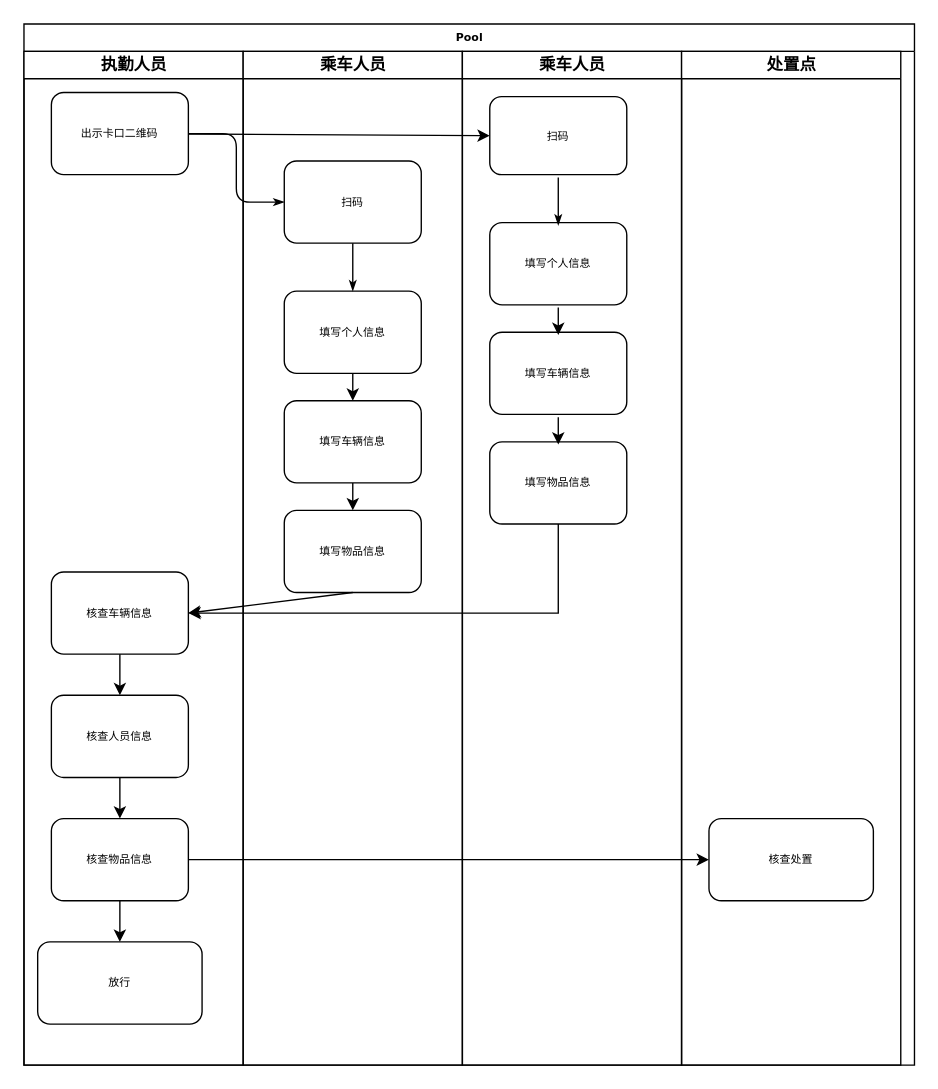
This is access.drawio from homebei2/diagramsNet, a draw.io file, before an edit. Source tidied: cells renumbered, new cells numbered last; positions are measured from the earlier drawing's top-left corner, leaving out a move shared by most shapes. Both pictures are drawn from the tidied source at 137%, with x=0, y=0 at pixel (23, 23).
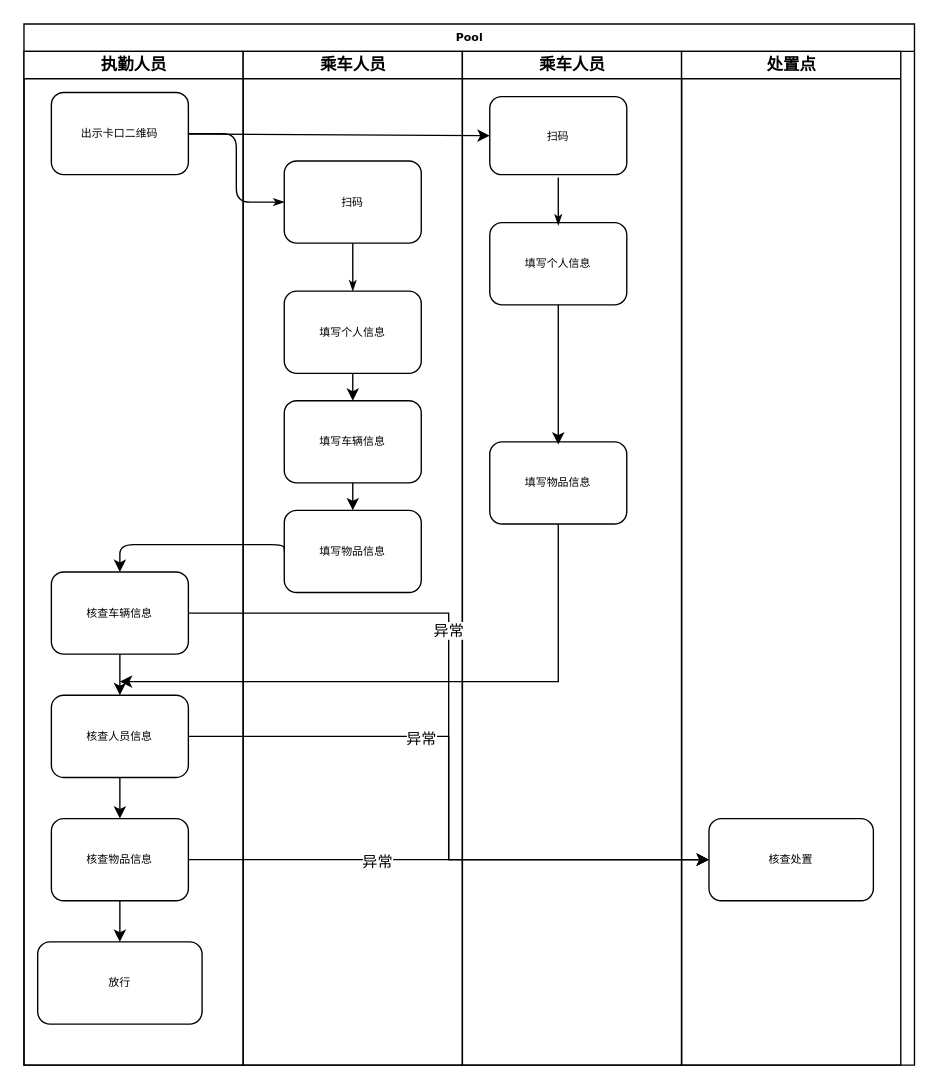
Above is the later version.

Unchanged cells that the change refers to:
```xml
<mxCell id="2" value="Pool" style="swimlane;html=1;startSize=20;rounded=0;shadow=0;labelBackgroundColor=none;strokeWidth=1;fontFamily=Verdana;fontSize=8;align=center;" parent="1" vertex="1">
  <mxGeometry width="650" height="760" as="geometry" />
</mxCell>
<mxCell id="5" value="核查车辆信息" style="rounded=1;whiteSpace=wrap;html=1;shadow=0;labelBackgroundColor=none;strokeWidth=1;fontFamily=Verdana;fontSize=8;align=center;" parent="3" vertex="1">
  <mxGeometry x="20" y="380" width="100" height="60" as="geometry" />
</mxCell>
<mxCell id="12" value="乘车人员" style="swimlane;html=1;startSize=20;" parent="2" vertex="1">
  <mxGeometry x="160" y="20" width="160" height="740" as="geometry" />
</mxCell>
<mxCell id="18" value="填写物品信息" style="rounded=1;whiteSpace=wrap;html=1;shadow=0;labelBackgroundColor=none;strokeWidth=1;fontFamily=Verdana;fontSize=8;align=center;" parent="12" vertex="1">
  <mxGeometry x="30" y="335" width="100" height="60" as="geometry" />
</mxCell>
<mxCell id="20" value="乘车人员" style="swimlane;html=1;startSize=20;" parent="2" vertex="1">
  <mxGeometry x="320" y="20" width="160" height="740" as="geometry" />
</mxCell>
<mxCell id="22" value="填写个人信息" style="rounded=1;whiteSpace=wrap;html=1;shadow=0;labelBackgroundColor=none;strokeWidth=1;fontFamily=Verdana;fontSize=8;align=center;" parent="20" vertex="1">
  <mxGeometry x="20" y="125" width="100" height="60" as="geometry" />
</mxCell>
<mxCell id="26" value="填写物品信息" style="rounded=1;whiteSpace=wrap;html=1;shadow=0;labelBackgroundColor=none;strokeWidth=1;fontFamily=Verdana;fontSize=8;align=center;" parent="20" vertex="1">
  <mxGeometry x="20" y="285" width="100" height="60" as="geometry" />
</mxCell>
<mxCell id="31" style="edgeStyle=elbowEdgeStyle;rounded=0;jettySize=auto;html=1;entryX=0;entryY=0.5;entryDx=0;entryDy=0;" parent="2" edge="1" source="7" target="33">
  <mxGeometry relative="1" as="geometry" />
</mxCell>
<mxCell id="33" value="核查处置" style="whiteSpace=wrap;html=1;rounded=1;shadow=0;fontFamily=Verdana;fontSize=8;strokeWidth=1;" parent="32" vertex="1">
  <mxGeometry x="20" y="560" width="120" height="60" as="geometry" />
</mxCell>
```

The edit, as a diff of the source:
```diff
@@
+    <mxCell id="35" style="edgeStyle=elbowEdgeStyle;rounded=0;jettySize=auto;html=1;" parent="12" edge="1" target="33">
+      <mxGeometry relative="1" as="geometry">
+        <mxPoint x="-40" y="500" as="sourcePoint" />
+      </mxGeometry>
+    </mxCell>
+    <mxCell id="36" value="异常" style="edgeLabel;html=1;align=center;verticalAlign=middle;" parent="35" vertex="1">
+      <mxGeometry x="-0.28" y="-1" relative="1" as="geometry" />
+    </mxCell>
@@
-    <mxCell id="24" value="填写车辆信息" style="rounded=1;whiteSpace=wrap;html=1;shadow=0;labelBackgroundColor=none;strokeWidth=1;fontFamily=Verdana;fontSize=8;align=center;" parent="20" vertex="1">
-      <mxGeometry x="20" y="205" width="100" height="60" as="geometry" />
-    </mxCell>
-    <mxCell id="25" style="endArrow=classic;html=1;exitX=0.5;exitY=1;exitDx=0;exitDy=0;entryX=0.5;entryY=0;entryDx=0;entryDy=0;" parent="20" edge="1">
-      <mxGeometry relative="1" as="geometry">
-        <mxPoint x="70" y="187" as="sourcePoint" />
-        <mxPoint x="70" y="207" as="targetPoint" />
-      </mxGeometry>
-    </mxCell>
@@
-    <mxCell id="27" style="edgeStyle=none;rounded=0;orthogonalLoop=1;jettySize=auto;html=1;" parent="20" edge="1">
+    <mxCell id="27" style="edgeStyle=none;rounded=0;jettySize=auto;html=1;exitX=0.5;exitY=1;exitDx=0;exitDy=0;" parent="20" edge="1" source="22">
       <mxGeometry relative="1" as="geometry">
-        <mxPoint x="70" y="267" as="sourcePoint" />
         <mxPoint x="70" y="287" as="targetPoint" />
       </mxGeometry>
     </mxCell>
@@
-    <mxCell id="29" style="edgeStyle=elbowEdgeStyle;rounded=0;jettySize=auto;html=1;entryX=1;entryY=0.5;entryDx=0;entryDy=0;" parent="2" edge="1" source="26" target="5">
+    <mxCell id="29" style="edgeStyle=elbowEdgeStyle;rounded=0;jettySize=auto;html=1;" parent="2" edge="1" source="26">
       <mxGeometry relative="1" as="geometry">
+        <mxPoint x="70" y="480" as="targetPoint" />
         <Array as="points">
           <mxPoint x="390" y="420" />
         </Array>
       </mxGeometry>
     </mxCell>
-    <mxCell id="30" style="endArrow=classic;html=1;exitX=0.5;exitY=1;exitDx=0;exitDy=0;entryX=1;entryY=0.5;entryDx=0;entryDy=0;" parent="2" edge="1" source="18" target="5">
-      <mxGeometry relative="1" as="geometry" />
+    <mxCell id="30" style="endArrow=classic;html=1;exitX=0;exitY=0.5;exitDx=0;exitDy=0;entryX=0.5;entryY=0;entryDx=0;entryDy=0;edgeStyle=orthogonalEdgeStyle;" parent="2" edge="1" source="18" target="5">
+      <mxGeometry relative="1" as="geometry">
+        <Array as="points">
+          <mxPoint x="190" y="380" />
+          <mxPoint x="70" y="380" />
+        </Array>
+      </mxGeometry>
     </mxCell>
@@
+    <mxCell id="37" value="异常" style="edgeLabel;html=1;align=center;verticalAlign=middle;" parent="31" vertex="1">
+      <mxGeometry x="-0.28" y="-1" relative="1" as="geometry" />
+    </mxCell>
@@
+    <mxCell id="38" style="edgeStyle=elbowEdgeStyle;rounded=0;orthogonalLoop=1;jettySize=auto;html=1;" parent="1" edge="1">
+      <mxGeometry relative="1" as="geometry">
+        <mxPoint x="120" y="430" as="sourcePoint" />
+        <mxPoint x="500" y="610" as="targetPoint" />
+      </mxGeometry>
+    </mxCell>
+    <mxCell id="39" value="异常" style="edgeLabel;html=1;align=center;verticalAlign=middle;" parent="38" vertex="1">
+      <mxGeometry x="-0.28" y="-1" relative="1" as="geometry" />
+    </mxCell>
```
